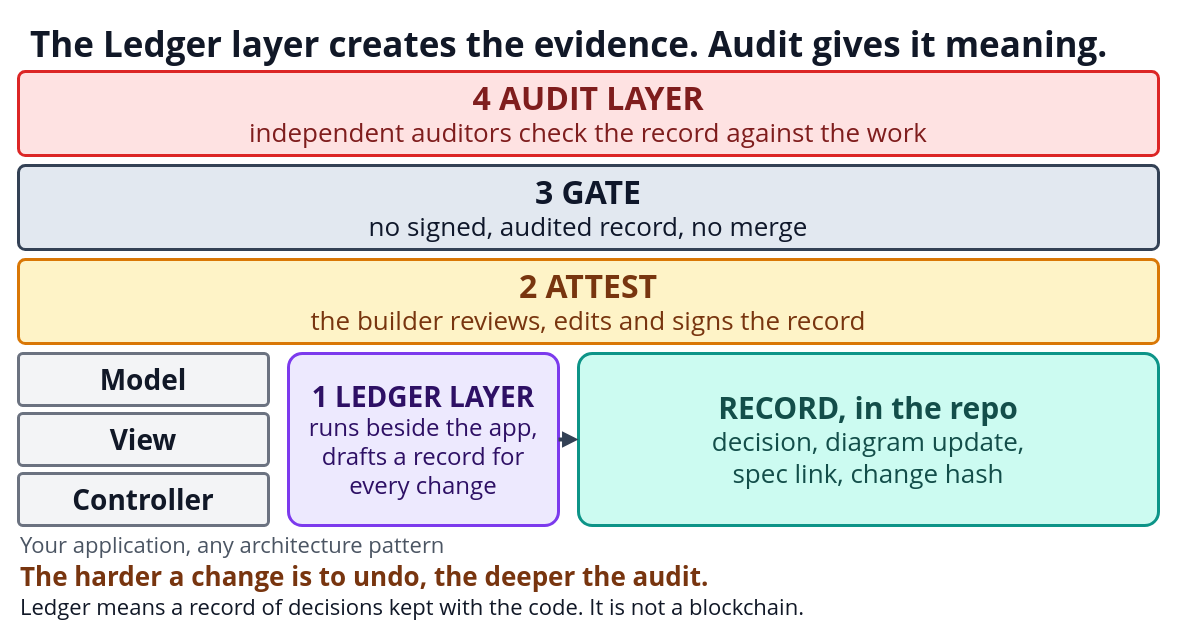
This is diagrams/01-ledger-layer-architecture.drawio from i-asimkhan/ledger-layer-pattern, a draw.io file, before an edit. Source tidied: cells renumbered, new cells numbered last; positions are measured from the earlier drawing's top-left corner, leaving out a move shared by most shapes. Both pictures are drawn from the tidied source at 100%, with x=0, y=0 at pixel (18, 17).
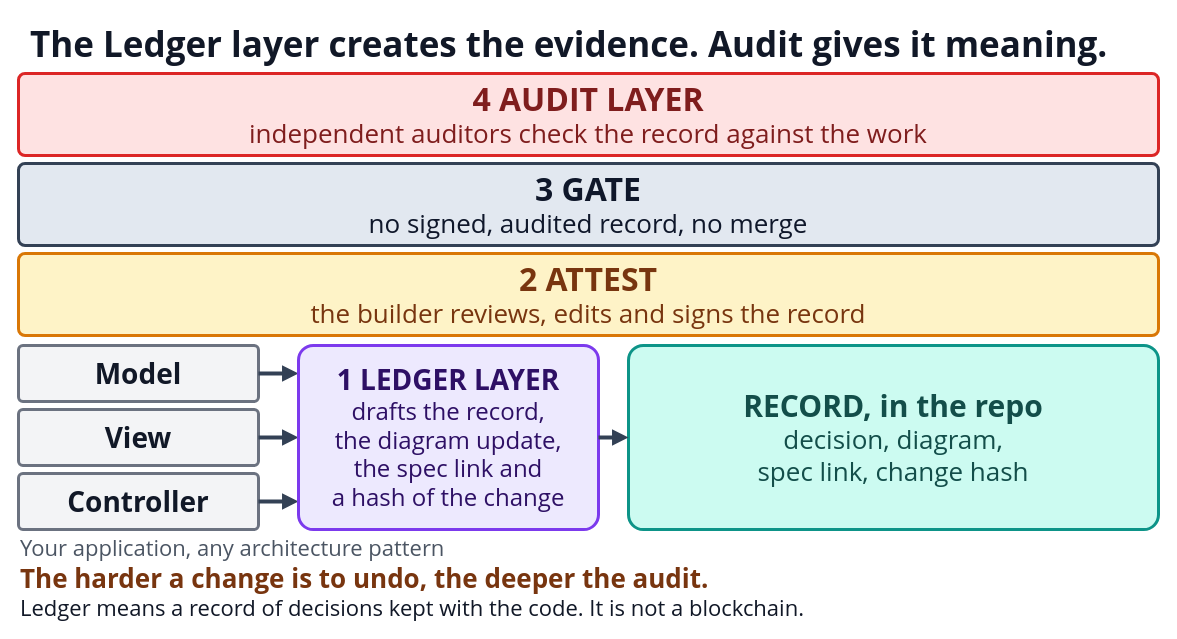
The same page after the edit.

Diff of the diagram source:
```diff
@@
     <mxCell id="3" value="&lt;span style=&quot;font-size:32px&quot;&gt;&lt;b&gt;4  AUDIT LAYER&lt;/b&gt;&lt;/span&gt;&lt;br&gt;&lt;span style=&quot;font-size:26px&quot;&gt;independent auditors check the record against the work&lt;/span&gt;" style="rounded=1;arcSize=8;whiteSpace=wrap;html=1;fillColor=#FEE2E2;strokeColor=#DC2626;fontColor=#7F1D1D;strokeWidth=3;align=center;verticalAlign=middle;fontSize=26;fontFamily=Segoe UI;" parent="1" vertex="1">
-      <mxGeometry y="54" width="1140" height="84" as="geometry" />
+      <mxGeometry y="56" width="1140" height="82" as="geometry" />
     </mxCell>
     <mxCell id="4" value="&lt;span style=&quot;font-size:32px&quot;&gt;&lt;b&gt;3  GATE&lt;/b&gt;&lt;/span&gt;&lt;br&gt;&lt;span style=&quot;font-size:26px&quot;&gt;no signed, audited record, no merge&lt;/span&gt;" style="rounded=1;arcSize=8;whiteSpace=wrap;html=1;fillColor=#E2E8F0;strokeColor=#334155;fontColor=#0F172A;strokeWidth=3;align=center;verticalAlign=middle;fontSize=26;fontFamily=Segoe UI;" parent="1" vertex="1">
-      <mxGeometry y="148" width="1140" height="84" as="geometry" />
+      <mxGeometry y="146" width="1140" height="82" as="geometry" />
     </mxCell>
     <mxCell id="5" value="&lt;span style=&quot;font-size:32px&quot;&gt;&lt;b&gt;2  ATTEST&lt;/b&gt;&lt;/span&gt;&lt;br&gt;&lt;span style=&quot;font-size:26px&quot;&gt;the builder reviews, edits and signs the record&lt;/span&gt;" style="rounded=1;arcSize=8;whiteSpace=wrap;html=1;fillColor=#FEF3C7;strokeColor=#D97706;fontColor=#78350F;strokeWidth=3;align=center;verticalAlign=middle;fontSize=26;fontFamily=Segoe UI;" parent="1" vertex="1">
-      <mxGeometry y="242" width="1140" height="84" as="geometry" />
+      <mxGeometry y="236" width="1140" height="82" as="geometry" />
     </mxCell>
     <mxCell id="6" value="&lt;span style=&quot;font-size:28px&quot;&gt;&lt;b&gt;Model&lt;/b&gt;&lt;/span&gt;" style="rounded=1;arcSize=8;whiteSpace=wrap;html=1;fillColor=#F3F4F6;strokeColor=#6B7280;fontColor=#111827;strokeWidth=3;align=center;verticalAlign=middle;fontSize=24;fontFamily=Segoe UI;" parent="1" vertex="1">
-      <mxGeometry y="336" width="250" height="52" as="geometry" />
+      <mxGeometry y="328" width="240" height="56" as="geometry" />
     </mxCell>
-    <mxCell id="7" value="&lt;span style=&quot;font-size:28px&quot;&gt;&lt;b&gt;View&lt;/b&gt;&lt;/span&gt;" style="rounded=1;arcSize=8;whiteSpace=wrap;html=1;fillColor=#F3F4F6;strokeColor=#6B7280;fontColor=#111827;strokeWidth=3;align=center;verticalAlign=middle;fontSize=24;fontFamily=Segoe UI;" parent="1" vertex="1">
-      <mxGeometry y="396" width="250" height="52" as="geometry" />
+    <mxCell id="7" style="endArrow=block;endFill=1;html=1;rounded=0;strokeColor=#334155;strokeWidth=4;" parent="1" edge="1">
+      <mxGeometry relative="1" as="geometry">
+        <mxPoint x="240" y="356" as="sourcePoint" />
+        <mxPoint x="280" y="356" as="targetPoint" />
+      </mxGeometry>
     </mxCell>
-    <mxCell id="8" value="&lt;span style=&quot;font-size:28px&quot;&gt;&lt;b&gt;Controller&lt;/b&gt;&lt;/span&gt;" style="rounded=1;arcSize=8;whiteSpace=wrap;html=1;fillColor=#F3F4F6;strokeColor=#6B7280;fontColor=#111827;strokeWidth=3;align=center;verticalAlign=middle;fontSize=24;fontFamily=Segoe UI;" parent="1" vertex="1">
-      <mxGeometry y="456" width="250" height="52" as="geometry" />
+    <mxCell id="8" value="&lt;span style=&quot;font-size:28px&quot;&gt;&lt;b&gt;View&lt;/b&gt;&lt;/span&gt;" style="rounded=1;arcSize=8;whiteSpace=wrap;html=1;fillColor=#F3F4F6;strokeColor=#6B7280;fontColor=#111827;strokeWidth=3;align=center;verticalAlign=middle;fontSize=24;fontFamily=Segoe UI;" parent="1" vertex="1">
+      <mxGeometry y="392" width="240" height="56" as="geometry" />
     </mxCell>
-    <mxCell id="9" value="&lt;span style=&quot;font-size:28px&quot;&gt;&lt;b&gt;1  LEDGER LAYER&lt;/b&gt;&lt;/span&gt;&lt;br&gt;&lt;span style=&quot;font-size:24px&quot;&gt;runs beside the app,&lt;/span&gt;&lt;br&gt;&lt;span style=&quot;font-size:24px&quot;&gt;drafts a record for&lt;/span&gt;&lt;br&gt;&lt;span style=&quot;font-size:24px&quot;&gt;every change&lt;/span&gt;" style="rounded=1;arcSize=8;whiteSpace=wrap;html=1;fillColor=#EDE9FE;strokeColor=#7C3AED;fontColor=#2E1065;strokeWidth=3;align=center;verticalAlign=middle;fontSize=24;fontFamily=Segoe UI;" parent="1" vertex="1">
-      <mxGeometry x="270" y="336" width="270" height="172" as="geometry" />
+    <mxCell id="9" style="endArrow=block;endFill=1;html=1;rounded=0;strokeColor=#334155;strokeWidth=4;" parent="1" edge="1">
+      <mxGeometry relative="1" as="geometry">
+        <mxPoint x="240" y="420" as="sourcePoint" />
+        <mxPoint x="280" y="420" as="targetPoint" />
+      </mxGeometry>
     </mxCell>
-    <mxCell id="10" value="&lt;span style=&quot;font-size:30px&quot;&gt;&lt;b&gt;RECORD, in the repo&lt;/b&gt;&lt;/span&gt;&lt;br&gt;&lt;span style=&quot;font-size:26px&quot;&gt;decision, diagram update,&lt;/span&gt;&lt;br&gt;&lt;span style=&quot;font-size:26px&quot;&gt;spec link, change hash&lt;/span&gt;" style="rounded=1;arcSize=8;whiteSpace=wrap;html=1;fillColor=#CCFBF1;strokeColor=#0D9488;fontColor=#134E4A;strokeWidth=3;align=center;verticalAlign=middle;fontSize=26;fontFamily=Segoe UI;" parent="1" vertex="1">
-      <mxGeometry x="560" y="336" width="580" height="172" as="geometry" />
+    <mxCell id="10" value="&lt;span style=&quot;font-size:28px&quot;&gt;&lt;b&gt;Controller&lt;/b&gt;&lt;/span&gt;" style="rounded=1;arcSize=8;whiteSpace=wrap;html=1;fillColor=#F3F4F6;strokeColor=#6B7280;fontColor=#111827;strokeWidth=3;align=center;verticalAlign=middle;fontSize=24;fontFamily=Segoe UI;" parent="1" vertex="1">
+      <mxGeometry y="456" width="240" height="56" as="geometry" />
     </mxCell>
     <mxCell id="11" style="endArrow=block;endFill=1;html=1;rounded=0;strokeColor=#334155;strokeWidth=4;" parent="1" edge="1">
       <mxGeometry relative="1" as="geometry">
-        <mxPoint x="540" y="422" as="sourcePoint" />
-        <mxPoint x="560" y="422" as="targetPoint" />
+        <mxPoint x="240" y="484" as="sourcePoint" />
+        <mxPoint x="280" y="484" as="targetPoint" />
       </mxGeometry>
     </mxCell>
-    <mxCell id="12" value="Your application, any architecture pattern" style="text;html=1;strokeColor=none;fillColor=none;whiteSpace=wrap;verticalAlign=middle;align=left;fontSize=22;fontColor=#4B5563;fontFamily=Segoe UI;fontStyle=0;" parent="1" vertex="1">
-      <mxGeometry y="512" width="560" height="30" as="geometry" />
+    <mxCell id="12" value="&lt;span style=&quot;font-size:28px&quot;&gt;&lt;b&gt;1  LEDGER LAYER&lt;/b&gt;&lt;/span&gt;&lt;br&gt;&lt;span style=&quot;font-size:24px&quot;&gt;drafts the record,&lt;/span&gt;&lt;br&gt;&lt;span style=&quot;font-size:24px&quot;&gt;the diagram update,&lt;/span&gt;&lt;br&gt;&lt;span style=&quot;font-size:24px&quot;&gt;the spec link and&lt;/span&gt;&lt;br&gt;&lt;span style=&quot;font-size:24px&quot;&gt;a hash of the change&lt;/span&gt;" style="rounded=1;arcSize=8;whiteSpace=wrap;html=1;fillColor=#EDE9FE;strokeColor=#7C3AED;fontColor=#2E1065;strokeWidth=3;align=center;verticalAlign=middle;fontSize=24;fontFamily=Segoe UI;" parent="1" vertex="1">
+      <mxGeometry x="280" y="328" width="300" height="184" as="geometry" />
     </mxCell>
-    <mxCell id="13" value="The harder a change is to undo, the deeper the audit." style="text;html=1;strokeColor=none;fillColor=none;whiteSpace=wrap;verticalAlign=middle;align=left;fontSize=26;fontColor=#78350F;fontFamily=Segoe UI;fontStyle=1;" parent="1" vertex="1">
-      <mxGeometry y="542" width="1140" height="34" as="geometry" />
+    <mxCell id="13" value="&lt;span style=&quot;font-size:30px&quot;&gt;&lt;b&gt;RECORD, in the repo&lt;/b&gt;&lt;/span&gt;&lt;br&gt;&lt;span style=&quot;font-size:26px&quot;&gt;decision, diagram,&lt;/span&gt;&lt;br&gt;&lt;span style=&quot;font-size:26px&quot;&gt;spec link, change hash&lt;/span&gt;" style="rounded=1;arcSize=8;whiteSpace=wrap;html=1;fillColor=#CCFBF1;strokeColor=#0D9488;fontColor=#134E4A;strokeWidth=3;align=center;verticalAlign=middle;fontSize=26;fontFamily=Segoe UI;" parent="1" vertex="1">
+      <mxGeometry x="610" y="328" width="530" height="184" as="geometry" />
     </mxCell>
-    <mxCell id="14" value="Ledger means a record of decisions kept with the code. It is not a blockchain." style="text;html=1;strokeColor=none;fillColor=none;whiteSpace=wrap;verticalAlign=middle;align=left;fontSize=22;fontColor=#111827;fontFamily=Segoe UI;fontStyle=0;" parent="1" vertex="1">
-      <mxGeometry y="574" width="1140" height="30" as="geometry" />
+    <mxCell id="14" style="endArrow=block;endFill=1;html=1;rounded=0;strokeColor=#334155;strokeWidth=4;" parent="1" edge="1">
+      <mxGeometry relative="1" as="geometry">
+        <mxPoint x="580" y="420" as="sourcePoint" />
+        <mxPoint x="610" y="420" as="targetPoint" />
+      </mxGeometry>
     </mxCell>
+    <mxCell id="15" value="Your application, any architecture pattern" style="text;html=1;strokeColor=none;fillColor=none;whiteSpace=wrap;verticalAlign=middle;align=left;fontSize=22;fontColor=#4B5563;fontFamily=Segoe UI;fontStyle=0;" parent="1" vertex="1">
+      <mxGeometry y="516" width="760" height="28" as="geometry" />
+    </mxCell>
+    <mxCell id="16" value="The harder a change is to undo, the deeper the audit." style="text;html=1;strokeColor=none;fillColor=none;whiteSpace=wrap;verticalAlign=middle;align=left;fontSize=26;fontColor=#78350F;fontFamily=Segoe UI;fontStyle=1;" parent="1" vertex="1">
+      <mxGeometry y="544" width="1140" height="34" as="geometry" />
+    </mxCell>
+    <mxCell id="17" value="Ledger means a record of decisions kept with the code. It is not a blockchain." style="text;html=1;strokeColor=none;fillColor=none;whiteSpace=wrap;verticalAlign=middle;align=left;fontSize=22;fontColor=#111827;fontFamily=Segoe UI;fontStyle=0;" parent="1" vertex="1">
+      <mxGeometry y="576" width="1140" height="28" as="geometry" />
+    </mxCell>
```
